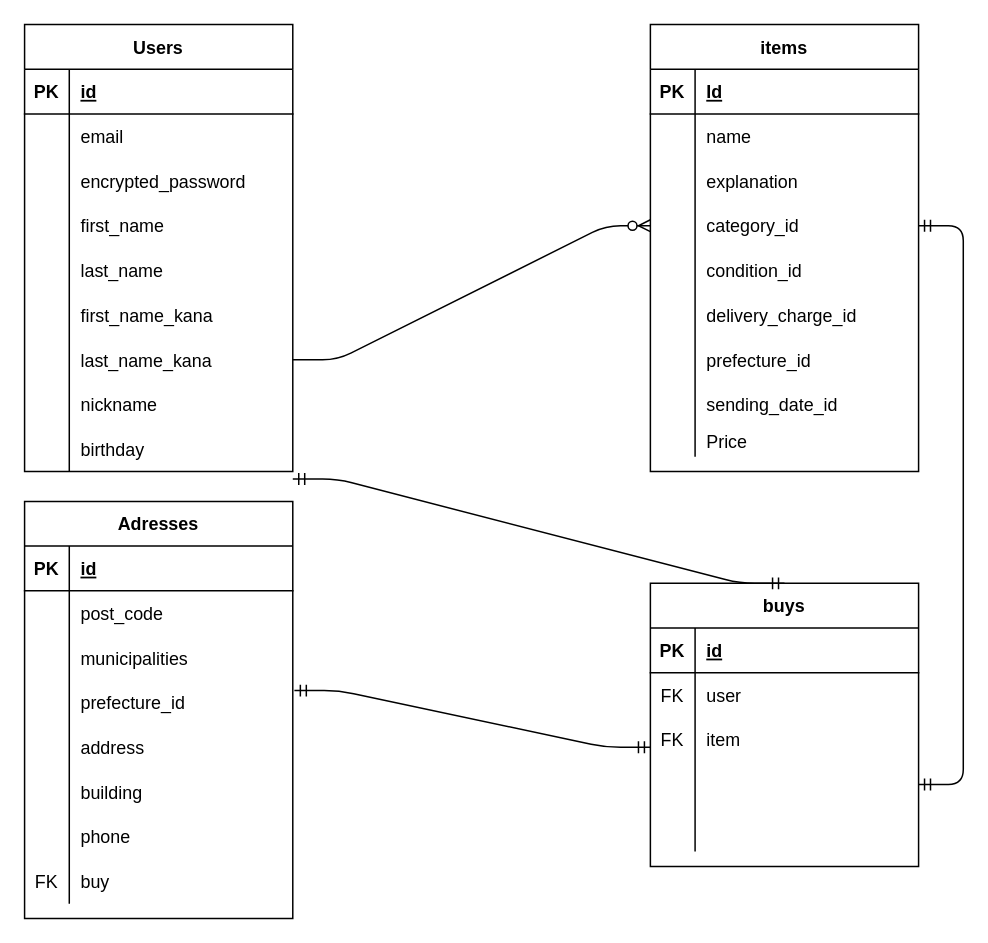
Above: app/controllers/ER.dio in fuchaan/furima-38284 (draw.io), before the change. Source tidied: cells renumbered, new cells numbered last; positions are measured from the earlier drawing's top-left corner, leaving out a move shared by most shapes. Both pictures are drawn from the tidied source at 149%, with x=0, y=0 at pixel (24, 24).
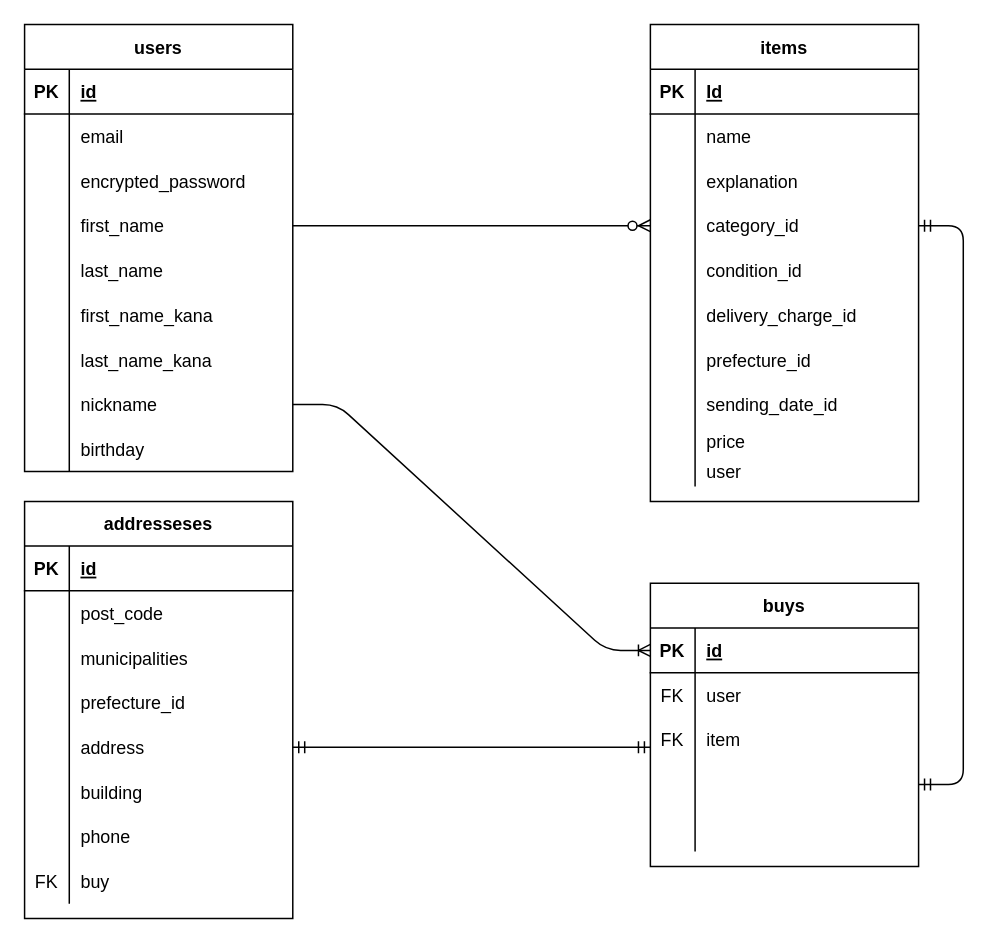
Above is the later version.

Commit message:
データベース設計修正その４

Unchanged cells that the change refers to:
```xml
<mxCell id="12" style="shape=partialRectangle;fillColor=none;top=0;left=0;bottom=0;right=0;points=[[0,0.5],[1,0.5]];portConstraint=eastwest;" parent="2" vertex="1">
  <mxGeometry y="120" width="180" height="30" as="geometry" />
</mxCell>
<mxCell id="27" style="shape=partialRectangle;fillColor=none;top=0;left=0;bottom=0;right=0;" parent="2" vertex="1">
  <mxGeometry y="270" width="180" height="20" as="geometry" />
</mxCell>
<mxCell id="40" style="shape=partialRectangle;fillColor=none;top=0;left=0;bottom=0;right=0;points=[[0,0.5],[1,0.5]];portConstraint=eastwest;" parent="30" vertex="1">
  <mxGeometry y="120" width="180" height="30" as="geometry" />
</mxCell>
<mxCell id="49" style="shape=partialRectangle;fillColor=none;top=0;left=0;bottom=0;right=0;points=[[0,0.5],[1,0.5]];portConstraint=eastwest;" parent="30" vertex="1">
  <mxGeometry y="210" width="180" height="30" as="geometry" />
</mxCell>
<mxCell id="52" style="shape=partialRectangle;fillColor=none;top=0;left=0;bottom=0;right=0;points=[[0,0.5],[1,0.5]];portConstraint=eastwest;" parent="30" vertex="1">
  <mxGeometry y="240" width="180" height="30" as="geometry" />
</mxCell>
<mxCell id="58" value="buys" style="shape=table;startSize=30;childLayout=tableLayout;rowLines=0;fontStyle=1;align=center;" parent="1" vertex="1">
  <mxGeometry x="420" y="375" width="180" height="190" as="geometry" />
</mxCell>
<mxCell id="59" style="shape=partialRectangle;fillColor=none;top=0;left=0;bottom=1;right=0;points=[[0,0.5],[1,0.5]];portConstraint=eastwest;" parent="58" vertex="1">
  <mxGeometry y="30" width="180" height="30" as="geometry" />
</mxCell>
<mxCell id="65" style="shape=partialRectangle;fillColor=none;top=0;left=0;bottom=0;right=0;points=[[0,0.5],[1,0.5]];portConstraint=eastwest;" parent="58" vertex="1">
  <mxGeometry y="90" width="180" height="30" as="geometry" />
</mxCell>
<mxCell id="86" style="shape=partialRectangle;fillColor=none;top=0;left=0;bottom=0;right=0;points=[[0,0.5],[1,0.5]];portConstraint=eastwest;" parent="76" vertex="1">
  <mxGeometry y="120" width="180" height="30" as="geometry" />
</mxCell>
<mxCell id="89" style="shape=partialRectangle;fillColor=none;top=0;left=0;bottom=0;right=0;points=[[0,0.5],[1,0.5]];portConstraint=eastwest;" parent="76" vertex="1">
  <mxGeometry y="150" width="180" height="30" as="geometry" />
</mxCell>
```

The edit, as a diff of the source:
```diff
@@
     <mxCell id="2" value="items" style="shape=table;startSize=30;childLayout=tableLayout;rowLines=0;fontStyle=1;align=center;" parent="1" vertex="1">
-      <mxGeometry x="420" width="180" height="300" as="geometry" />
+      <mxGeometry x="420" width="180" height="320" as="geometry" />
     </mxCell>
@@
-    <mxCell id="29" value="Price" style="shape=partialRectangle;fillColor=none;top=0;left=0;bottom=0;right=0;align=left;spacingLeft=6;overflow=hidden;" parent="27" vertex="1">
+    <mxCell id="29" value="price" style="shape=partialRectangle;fillColor=none;top=0;left=0;bottom=0;right=0;align=left;spacingLeft=6;overflow=hidden;" parent="27" vertex="1">
       <mxGeometry x="30" width="150" height="20" as="geometry" />
     </mxCell>
+    <mxCell id="103" style="shape=partialRectangle;fillColor=none;top=0;left=0;bottom=0;right=0;" parent="2" vertex="1">
+      <mxGeometry y="290" width="180" height="20" as="geometry" />
+    </mxCell>
+    <mxCell id="104" style="shape=partialRectangle;fillColor=none;top=0;left=0;bottom=0;right=0;overflow=hidden;" parent="103" vertex="1">
+      <mxGeometry width="30" height="20" as="geometry" />
+    </mxCell>
+    <mxCell id="105" value="user" style="shape=partialRectangle;fillColor=none;top=0;left=0;bottom=0;right=0;align=left;spacingLeft=6;overflow=hidden;" parent="103" vertex="1">
+      <mxGeometry x="30" width="150" height="20" as="geometry" />
+    </mxCell>
-    <mxCell id="30" value="Users" style="shape=table;startSize=30;childLayout=tableLayout;rowLines=0;fontStyle=1;align=center;verticalAlign=middle;" parent="1" vertex="1">
+    <mxCell id="30" value="users" style="shape=table;startSize=30;childLayout=tableLayout;rowLines=0;fontStyle=1;align=center;verticalAlign=middle;" parent="1" vertex="1">
       <mxGeometry width="180" height="300" as="geometry" />
     </mxCell>
@@
-    <mxCell id="74" style="edgeStyle=entityRelationEdgeStyle;fontSize=12;html=1;endArrow=ERzeroToMany;endFill=1;entryX=0;entryY=0.5;entryDx=0;entryDy=0;exitX=1;exitY=0.5;exitDx=0;exitDy=0;" parent="1" edge="1" source="49" target="12">
+    <mxCell id="74" style="edgeStyle=entityRelationEdgeStyle;fontSize=12;html=1;endArrow=ERzeroToMany;endFill=1;entryX=0;entryY=0.5;entryDx=0;entryDy=0;exitX=1;exitY=0.5;exitDx=0;exitDy=0;" parent="1" edge="1" source="40" target="12">
       <mxGeometry relative="1" as="geometry" />
     </mxCell>
-    <mxCell id="75" style="edgeStyle=entityRelationEdgeStyle;fontSize=12;html=1;endArrow=ERmandOne;startArrow=ERmandOne;exitX=1.006;exitY=0.233;exitDx=0;exitDy=0;entryX=0;entryY=0.667;entryDx=0;entryDy=0;entryPerimeter=0;exitPerimeter=0;" parent="1" edge="1" source="86" target="65">
+    <mxCell id="75" style="edgeStyle=entityRelationEdgeStyle;fontSize=12;html=1;endArrow=ERmandOne;startArrow=ERmandOne;exitX=1;exitY=0.5;exitDx=0;exitDy=0;entryX=0;entryY=0.667;entryDx=0;entryDy=0;entryPerimeter=0;" parent="1" edge="1" source="89" target="65">
       <mxGeometry relative="1" as="geometry" />
     </mxCell>
-    <mxCell id="76" value="Adresses" style="shape=table;startSize=30;childLayout=tableLayout;rowLines=0;fontStyle=1;align=center;" parent="1" vertex="1">
+    <mxCell id="76" value="addresseses" style="shape=table;startSize=30;childLayout=tableLayout;rowLines=0;fontStyle=1;align=center;" parent="1" vertex="1">
       <mxGeometry y="320" width="180" height="280" as="geometry" />
     </mxCell>
@@
-    <mxCell id="102" style="edgeStyle=entityRelationEdgeStyle;fontSize=12;html=1;endArrow=ERmandOne;startArrow=ERmandOne;entryX=0.5;entryY=0;entryDx=0;entryDy=0;" parent="1" edge="1" target="58">
-      <mxGeometry relative="1" as="geometry">
-        <mxPoint x="180" y="305" as="sourcePoint" />
-      </mxGeometry>
-    </mxCell>
+    <mxCell id="106" style="edgeStyle=entityRelationEdgeStyle;fontSize=12;html=1;endArrow=ERoneToMany;exitX=1;exitY=0.5;exitDx=0;exitDy=0;entryX=0;entryY=0.5;entryDx=0;entryDy=0;" parent="1" edge="1" source="52" target="59">
+      <mxGeometry relative="1" as="geometry" />
+    </mxCell>
```
